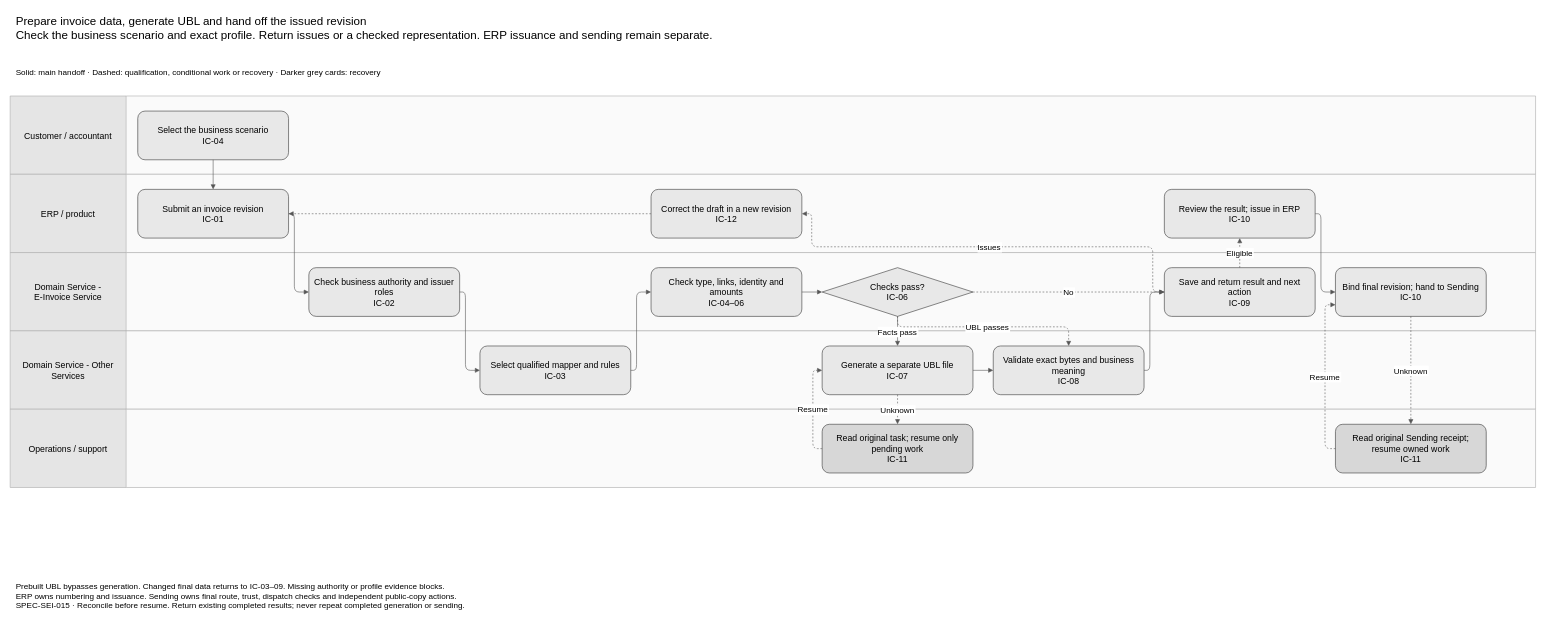
Earlier version of the draw.io diagram assets/diagrams/invoice-creation-preparation-process.drawio (jiaxinhe0709/pm_second_brain). Source tidied: cells renumbered, new cells numbered last; positions are measured from the earlier drawing's top-left corner, leaving out a move shared by most shapes. Both pictures are drawn from the tidied source at 58%, with x=0, y=0 at pixel (10, 10).
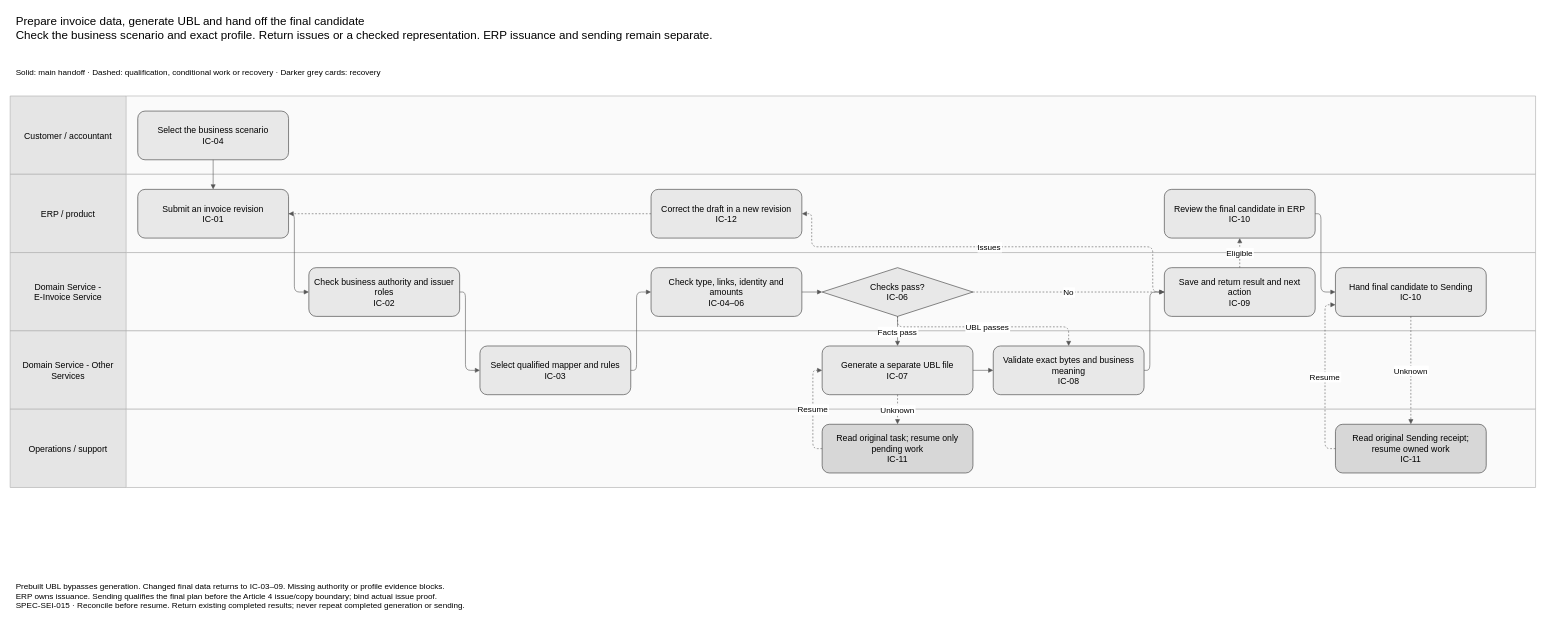
The same diagram, later.

What changed in the source:
```diff
@@
-    <mxCell id="2" value="Prepare invoice data, generate UBL and hand off the issued revision&#10;Check the business scenario and exact profile. Return issues or a checked representation. ERP issuance and sending remain separate." style="text;whiteSpace=wrap;html=0;align=left;fontSize=20;" parent="1" vertex="1">
+    <mxCell id="2" value="Prepare invoice data, generate UBL and hand off the final candidate&#10;Check the business scenario and exact profile. Return issues or a checked representation. ERP issuance and sending remain separate." style="text;whiteSpace=wrap;html=0;align=left;fontSize=20;" parent="1" vertex="1">
       <mxGeometry x="8" width="2614" height="95" as="geometry" />
     </mxCell>
@@
-    <mxCell id="23" value="Review the result; issue in ERP&#10;IC-10" style="rounded=1;whiteSpace=wrap;html=0;fontSize=15;fillColor=#e8e8e8;strokeColor=#333333;spacing=8;" parent="1" vertex="1">
+    <mxCell id="23" value="Review the final candidate in ERP&#10;IC-10" style="rounded=1;whiteSpace=wrap;html=0;fontSize=15;fillColor=#e8e8e8;strokeColor=#333333;spacing=8;" parent="1" vertex="1">
       <mxGeometry x="1990" y="309" width="260" height="84" as="geometry" />
     </mxCell>
-    <mxCell id="24" value="Bind final revision; hand to Sending&#10;IC-10" style="rounded=1;whiteSpace=wrap;html=0;fontSize=15;fillColor=#e8e8e8;strokeColor=#333333;spacing=8;" parent="1" vertex="1">
+    <mxCell id="24" value="Hand final candidate to Sending&#10;IC-10" style="rounded=1;whiteSpace=wrap;html=0;fontSize=15;fillColor=#e8e8e8;strokeColor=#333333;spacing=8;" parent="1" vertex="1">
       <mxGeometry x="2285" y="444" width="260" height="84" as="geometry" />
     </mxCell>
@@
-    <mxCell id="46" value="Prebuilt UBL bypasses generation. Changed final data returns to IC-03–09. Missing authority or profile evidence blocks.&#10;ERP owns numbering and issuance. Sending owns final route, trust, dispatch checks and independent public-copy actions.&#10;SPEC-SEI-015 · Reconcile before resume. Return existing completed results; never repeat completed generation or sending." style="text;whiteSpace=wrap;html=0;align=left;fontSize=14;" parent="1" vertex="1">
+    <mxCell id="46" value="Prebuilt UBL bypasses generation. Changed final data returns to IC-03–09. Missing authority or profile evidence blocks.&#10;ERP owns issuance. Sending qualifies the final plan before the Article 4 issue/copy boundary; bind actual issue proof.&#10;SPEC-SEI-015 · Reconcile before resume. Return existing completed results; never repeat completed generation or sending." style="text;whiteSpace=wrap;html=0;align=left;fontSize=14;" parent="1" vertex="1">
       <mxGeometry x="8" y="978" width="2614" height="70" as="geometry" />
     </mxCell>
```
